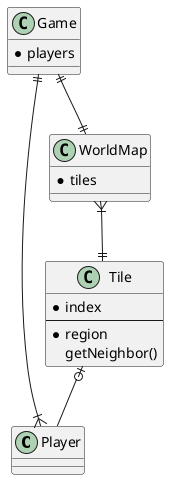
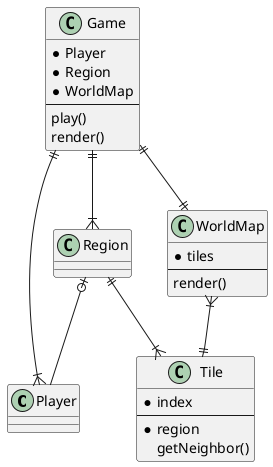
@startuml
'https://plantuml.com/class-diagram

class Player
+ 
class Game {
-     * players
- 
+     * Player
+     * Region
+     * WorldMap
+     --
+     play()
+     render()
}
class WorldMap {
    * tiles
+     --
+     render()
}
class Tile {
    * index
    --
    * region
    getNeighbor()
}

WorldMap }|--|| Tile
- Tile |o-- Player
+ Region |o-- Player
Game ||--|| WorldMap
Game ||--|{ Player
+ Game ||--|{ Region
+ Region ||--|{ Tile
@enduml